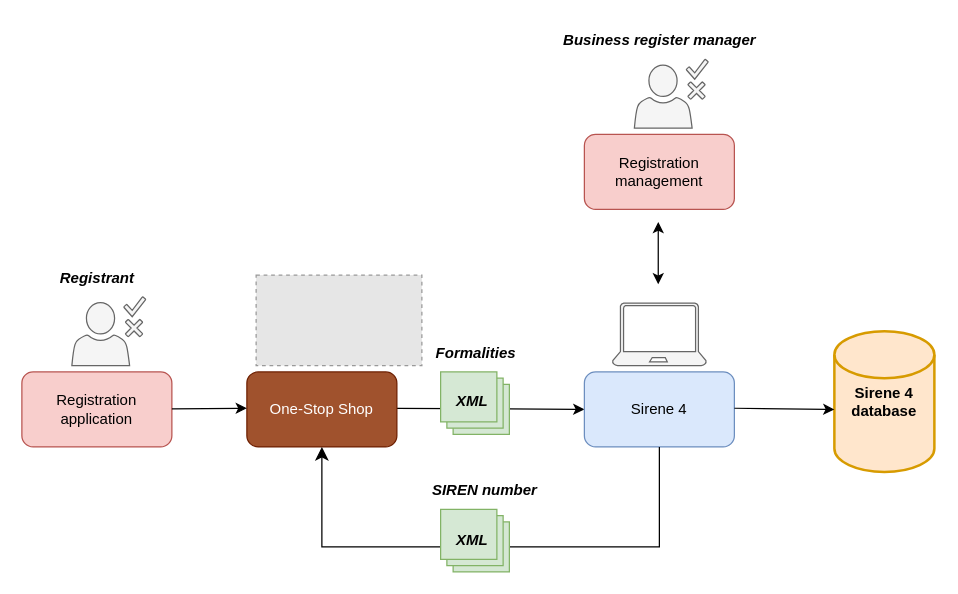
TheAIWizard/diagrams keeps this draw.io diagram as formalities-flow.drawio. Above is the earlier version. Source tidied: cells renumbered, new cells numbered last; positions are measured from the earlier drawing's top-left corner, leaving out a move shared by most shapes. Both pictures are drawn from the tidied source at 125%, with x=0, y=0 at pixel (21, 21). Pictures stored in the file or linked from it are replaced by grey dashed boxes.
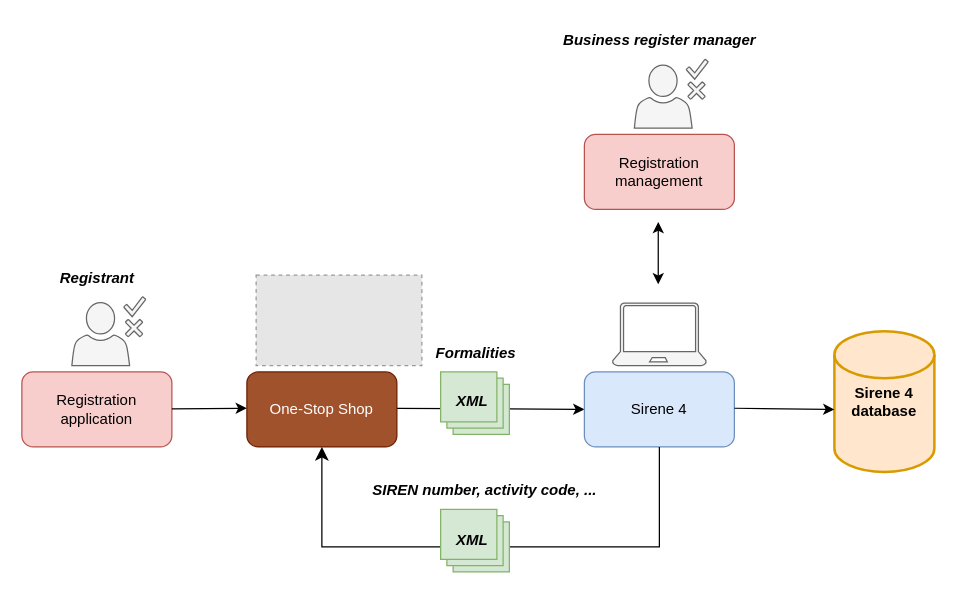
The same page after the edit.

Commit message:
add activity code

Diff of the diagram source:
```diff
@@
-    <mxCell id="18" value="&lt;i style=&quot;font-family: &amp;quot;Work sans&amp;quot;;&quot;&gt;&lt;b&gt;SIREN number&lt;/b&gt;&lt;/i&gt;" style="text;html=1;align=center;verticalAlign=middle;strokeColor=none;fillColor=none;" parent="1" vertex="1">
-      <mxGeometry x="315" y="360" width="110" height="30" as="geometry" />
+    <mxCell id="18" value="&lt;i style=&quot;font-family: &amp;quot;Work sans&amp;quot;;&quot;&gt;&lt;b&gt;SIREN number, activity code, ...&lt;/b&gt;&lt;/i&gt;" style="text;html=1;align=center;verticalAlign=middle;strokeColor=none;fillColor=none;" parent="1" vertex="1">
+      <mxGeometry x="265" y="360" width="210" height="30" as="geometry" />
     </mxCell>
```
